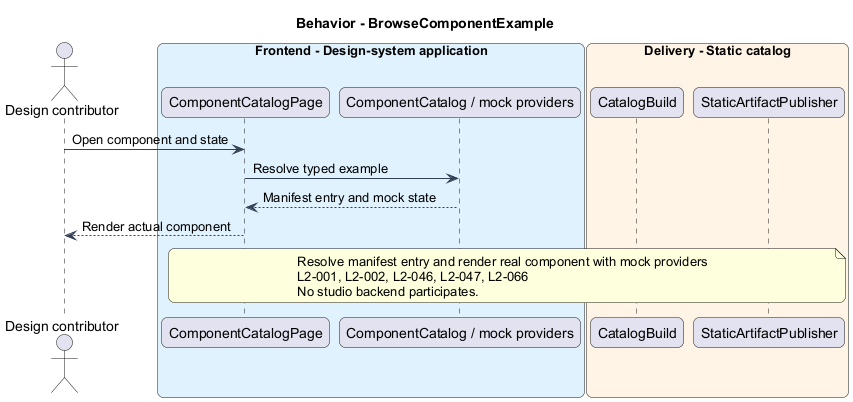
Above: docs/detailed-designs/design-system/browse-component-catalog/diagrams/sequence-browse-component-example.png in QuinntyneBrown/quinntyne-brown-studio (PlantUML), before the change.
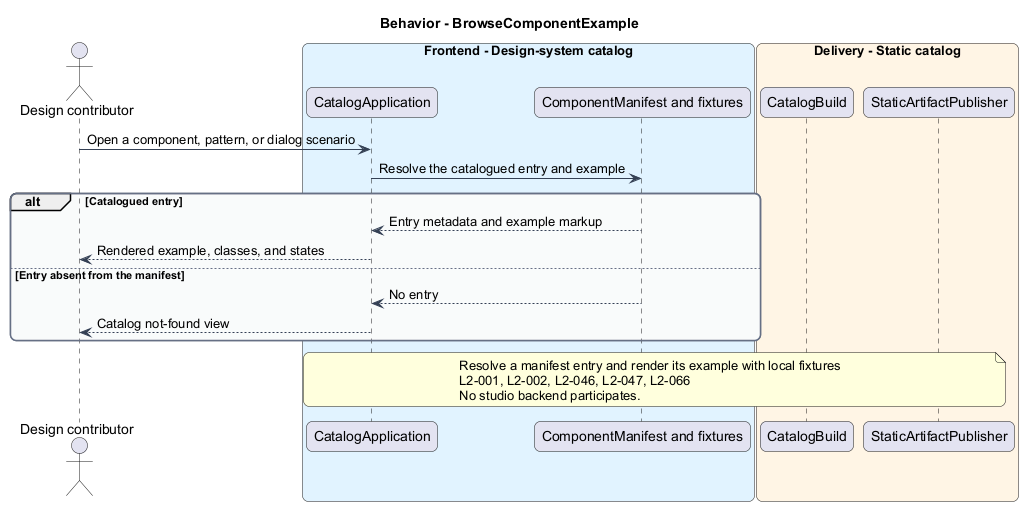
The same file after the commit.

What changed in the source:
```diff
@@ -15,20 +15,25 @@
 }
 title Behavior - BrowseComponentExample
 actor "Design contributor" as actor
-box "Frontend - Design-system application" #E0F2FE
- participant "ComponentCatalogPage" as page
- participant "ComponentCatalog / mock providers" as client
+box "Frontend - Design-system catalog" #E0F2FE
+ participant "CatalogApplication" as page
+ participant "ComponentManifest and fixtures" as client
 end box
 box "Delivery - Static catalog" #FFF4E5
  participant "CatalogBuild" as build
  participant "StaticArtifactPublisher" as host
 end box
-actor -> page : Open component and state
-page -> client : Resolve typed example
-client --> page : Manifest entry and mock state
-page --> actor : Render actual component
+actor -> page : Open a component, pattern, or dialog scenario
+page -> client : Resolve the catalogued entry and example
+alt Catalogued entry
+client --> page : Entry metadata and example markup
+page --> actor : Rendered example, classes, and states
+else Entry absent from the manifest
+client --> page : No entry
+page --> actor : Catalog not-found view
+end
 note over page, host
-Resolve manifest entry and render real component with mock providers
+Resolve a manifest entry and render its example with local fixtures
 L2-001, L2-002, L2-046, L2-047, L2-066
 No studio backend participates.
 end note
```
